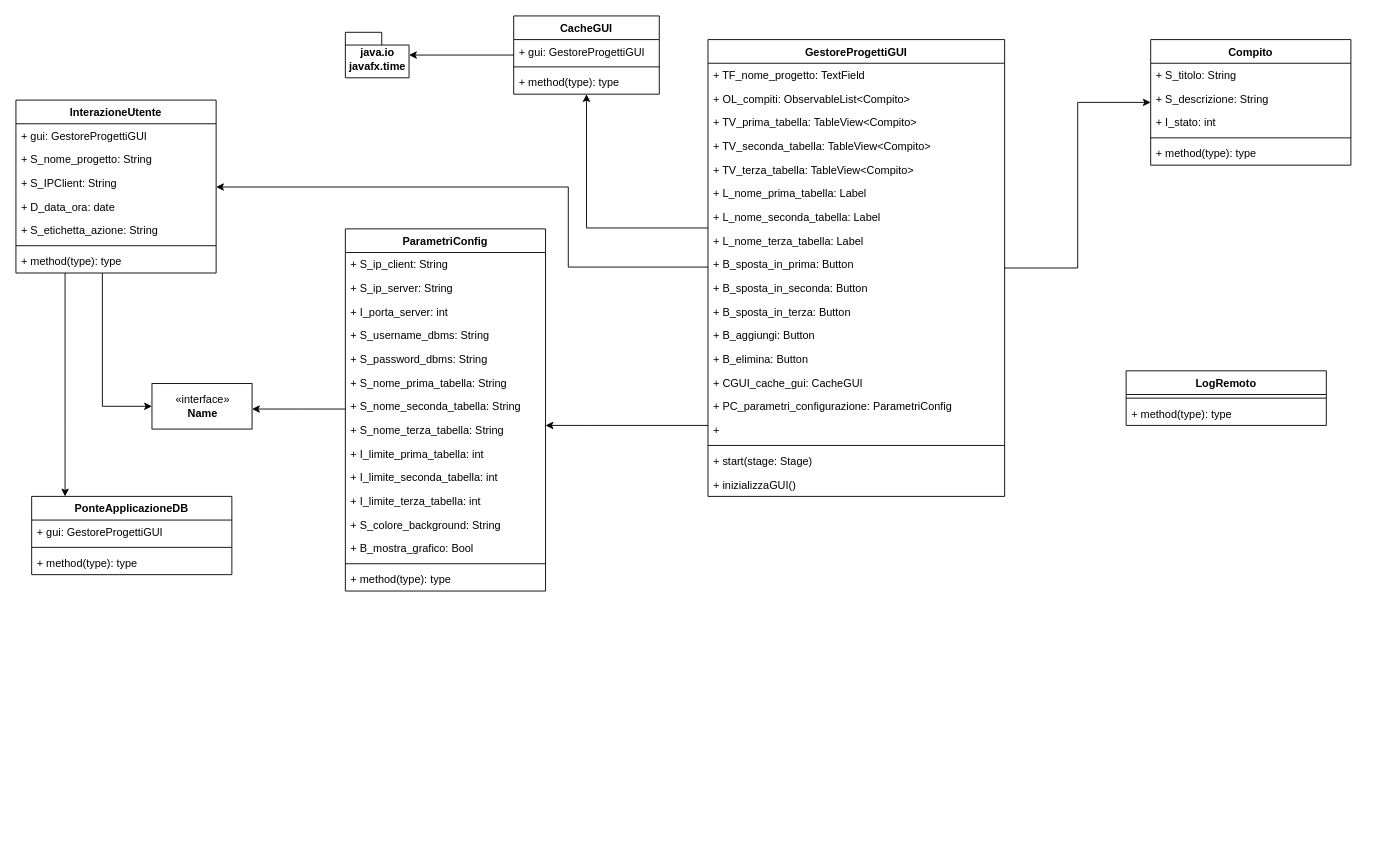
Earlier version of the draw.io diagram ClassUML.drawio (glmquint/KanbanApp). Source tidied: cells renumbered, new cells numbered last; positions are measured from the earlier drawing's top-left corner, leaving out a move shared by most shapes. Both pictures are drawn from the tidied source at 91%, with x=0, y=0 at pixel (15, 15).
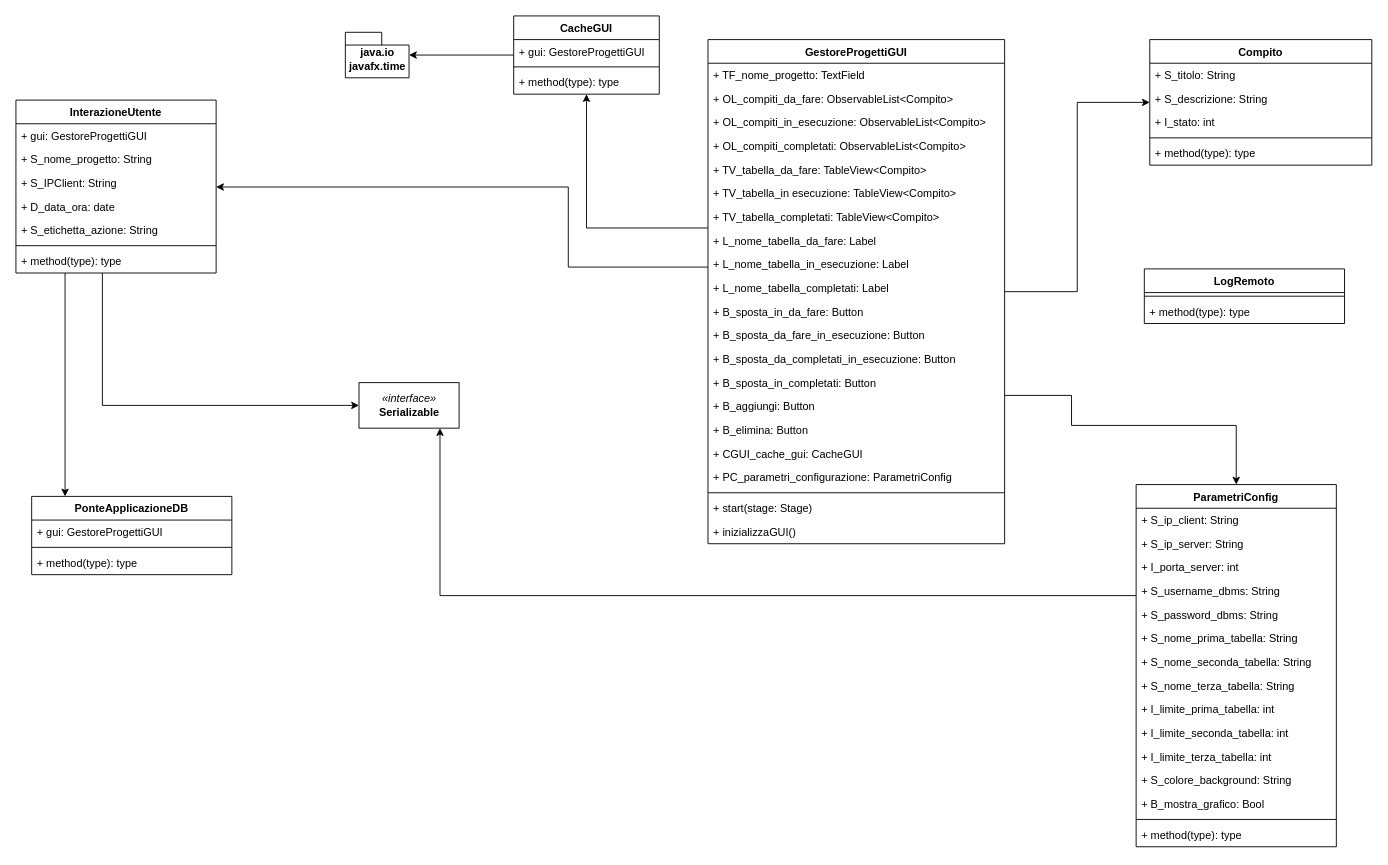
Above is the later version.

Commit message (it also covers changes not shown here):
orari checkup

Diff of the diagram source:
```diff
@@
     <mxCell id="2" style="edgeStyle=orthogonalEdgeStyle;rounded=0;jettySize=auto;html=1;" parent="1" edge="1" source="4" target="48">
       <mxGeometry relative="1" as="geometry">
         <Array as="points">
-          <mxPoint x="631" y="450" />
-          <mxPoint x="631" y="450" />
+          <mxPoint x="1160" y="417" />
+          <mxPoint x="1160" y="450" />
+          <mxPoint x="1341" y="450" />
         </Array>
       </mxGeometry>
     </mxCell>
@@
     <mxCell id="4" value="GestoreProgettiGUI" style="swimlane;fontStyle=1;align=center;verticalAlign=top;horizontal=1;startSize=26;perimeter=rectanglePerimeter;" parent="1" vertex="1">
-      <mxGeometry x="760.5" y="26" width="326" height="502" as="geometry" />
+      <mxGeometry x="760.5" y="26" width="326" height="554" as="geometry" />
     </mxCell>
@@
-    <mxCell id="6" value="+ OL_compiti: ObservableList&lt;Compito&gt;" style="text;strokeColor=none;fillColor=none;align=left;verticalAlign=top;spacingLeft=4;spacingRight=4;overflow=hidden;" parent="4" vertex="1">
+    <mxCell id="6" value="+ OL_compiti_da_fare: ObservableList&lt;Compito&gt;" style="text;strokeColor=none;fillColor=none;align=left;verticalAlign=top;spacingLeft=4;spacingRight=4;overflow=hidden;" parent="4" vertex="1">
       <mxGeometry y="52" width="326" height="26" as="geometry" />
     </mxCell>
+    <mxCell id="73" value="+ OL_compiti_in_esecuzione: ObservableList&lt;Compito&gt;" style="text;strokeColor=none;fillColor=none;align=left;verticalAlign=top;spacingLeft=4;spacingRight=4;overflow=hidden;" parent="4" vertex="1">
+      <mxGeometry y="78" width="326" height="26" as="geometry" />
+    </mxCell>
+    <mxCell id="74" value="+ OL_compiti_completati: ObservableList&lt;Compito&gt;" style="text;strokeColor=none;fillColor=none;align=left;verticalAlign=top;spacingLeft=4;spacingRight=4;overflow=hidden;" parent="4" vertex="1">
+      <mxGeometry y="104" width="326" height="26" as="geometry" />
+    </mxCell>
-    <mxCell id="7" value="+ TV_prima_tabella: TableView&lt;Compito&gt;" style="text;strokeColor=none;fillColor=none;align=left;verticalAlign=top;spacingLeft=4;spacingRight=4;overflow=hidden;" parent="4" vertex="1">
-      <mxGeometry y="78" width="326" height="26" as="geometry" />
+    <mxCell id="7" value="+ TV_tabella_da_fare: TableView&lt;Compito&gt;" style="text;strokeColor=none;fillColor=none;align=left;verticalAlign=top;spacingLeft=4;spacingRight=4;overflow=hidden;" parent="4" vertex="1">
+      <mxGeometry y="130" width="326" height="26" as="geometry" />
     </mxCell>
-    <mxCell id="8" value="+ TV_seconda_tabella: TableView&lt;Compito&gt;" style="text;strokeColor=none;fillColor=none;align=left;verticalAlign=top;spacingLeft=4;spacingRight=4;overflow=hidden;" parent="4" vertex="1">
-      <mxGeometry y="104" width="326" height="26" as="geometry" />
+    <mxCell id="8" value="+ TV_tabella_in esecuzione: TableView&lt;Compito&gt;" style="text;strokeColor=none;fillColor=none;align=left;verticalAlign=top;spacingLeft=4;spacingRight=4;overflow=hidden;" parent="4" vertex="1">
+      <mxGeometry y="156" width="326" height="26" as="geometry" />
     </mxCell>
-    <mxCell id="9" value="+ TV_terza_tabella: TableView&lt;Compito&gt;" style="text;strokeColor=none;fillColor=none;align=left;verticalAlign=top;spacingLeft=4;spacingRight=4;overflow=hidden;" parent="4" vertex="1">
-      <mxGeometry y="130" width="326" height="26" as="geometry" />
+    <mxCell id="9" value="+ TV_tabella_completati: TableView&lt;Compito&gt;" style="text;strokeColor=none;fillColor=none;align=left;verticalAlign=top;spacingLeft=4;spacingRight=4;overflow=hidden;" parent="4" vertex="1">
+      <mxGeometry y="182" width="326" height="26" as="geometry" />
     </mxCell>
-    <mxCell id="10" value="+ L_nome_prima_tabella: Label" style="text;strokeColor=none;fillColor=none;align=left;verticalAlign=top;spacingLeft=4;spacingRight=4;overflow=hidden;" parent="4" vertex="1">
-      <mxGeometry y="156" width="326" height="26" as="geometry" />
+    <mxCell id="10" value="+ L_nome_tabella_da_fare: Label" style="text;strokeColor=none;fillColor=none;align=left;verticalAlign=top;spacingLeft=4;spacingRight=4;overflow=hidden;" parent="4" vertex="1">
+      <mxGeometry y="208" width="326" height="26" as="geometry" />
     </mxCell>
-    <mxCell id="11" value="+ L_nome_seconda_tabella: Label" style="text;strokeColor=none;fillColor=none;align=left;verticalAlign=top;spacingLeft=4;spacingRight=4;overflow=hidden;" parent="4" vertex="1">
-      <mxGeometry y="182" width="326" height="26" as="geometry" />
+    <mxCell id="11" value="+ L_nome_tabella_in_esecuzione: Label" style="text;strokeColor=none;fillColor=none;align=left;verticalAlign=top;spacingLeft=4;spacingRight=4;overflow=hidden;" parent="4" vertex="1">
+      <mxGeometry y="234" width="326" height="26" as="geometry" />
     </mxCell>
-    <mxCell id="12" value="+ L_nome_terza_tabella: Label" style="text;strokeColor=none;fillColor=none;align=left;verticalAlign=top;spacingLeft=4;spacingRight=4;overflow=hidden;" parent="4" vertex="1">
-      <mxGeometry y="208" width="326" height="26" as="geometry" />
+    <mxCell id="12" value="+ L_nome_tabella_completati: Label" style="text;strokeColor=none;fillColor=none;align=left;verticalAlign=top;spacingLeft=4;spacingRight=4;overflow=hidden;" parent="4" vertex="1">
+      <mxGeometry y="260" width="326" height="26" as="geometry" />
     </mxCell>
-    <mxCell id="13" value="+ B_sposta_in_prima: Button" style="text;align=left;verticalAlign=top;spacingLeft=4;spacingRight=4;overflow=hidden;" parent="4" vertex="1">
-      <mxGeometry y="234" width="326" height="26" as="geometry" />
+    <mxCell id="13" value="+ B_sposta_in_da_fare: Button" style="text;align=left;verticalAlign=top;spacingLeft=4;spacingRight=4;overflow=hidden;" parent="4" vertex="1">
+      <mxGeometry y="286" width="326" height="26" as="geometry" />
     </mxCell>
-    <mxCell id="14" value="+ B_sposta_in_seconda: Button" style="text;strokeColor=none;fillColor=none;align=left;verticalAlign=top;spacingLeft=4;spacingRight=4;overflow=hidden;" parent="4" vertex="1">
-      <mxGeometry y="260" width="326" height="26" as="geometry" />
+    <mxCell id="14" value="+ B_sposta_da_fare_in_esecuzione: Button" style="text;strokeColor=none;fillColor=none;align=left;verticalAlign=top;spacingLeft=4;spacingRight=4;overflow=hidden;" parent="4" vertex="1">
+      <mxGeometry y="312" width="326" height="26" as="geometry" />
     </mxCell>
-    <mxCell id="15" value="+ B_sposta_in_terza: Button" style="text;strokeColor=none;fillColor=none;align=left;verticalAlign=top;spacingLeft=4;spacingRight=4;overflow=hidden;" parent="4" vertex="1">
-      <mxGeometry y="286" width="326" height="26" as="geometry" />
+    <mxCell id="15" value="+ B_sposta_da_completati_in_esecuzione: Button" style="text;strokeColor=none;fillColor=none;align=left;verticalAlign=top;spacingLeft=4;spacingRight=4;overflow=hidden;" parent="4" vertex="1">
+      <mxGeometry y="338" width="326" height="26" as="geometry" />
     </mxCell>
+    <mxCell id="75" value="+ B_sposta_in_completati: Button" style="text;strokeColor=none;fillColor=none;align=left;verticalAlign=top;spacingLeft=4;spacingRight=4;overflow=hidden;" parent="4" vertex="1">
+      <mxGeometry y="364" width="326" height="26" as="geometry" />
+    </mxCell>
     <mxCell id="16" value="+ B_aggiungi: Button" style="text;strokeColor=none;fillColor=none;align=left;verticalAlign=top;spacingLeft=4;spacingRight=4;overflow=hidden;" parent="4" vertex="1">
-      <mxGeometry y="312" width="326" height="26" as="geometry" />
+      <mxGeometry y="390" width="326" height="26" as="geometry" />
     </mxCell>
     <mxCell id="17" value="+ B_elimina: Button" style="text;strokeColor=none;fillColor=none;align=left;verticalAlign=top;spacingLeft=4;spacingRight=4;overflow=hidden;" parent="4" vertex="1">
-      <mxGeometry y="338" width="326" height="26" as="geometry" />
+      <mxGeometry y="416" width="326" height="26" as="geometry" />
     </mxCell>
     <mxCell id="18" value="+ CGUI_cache_gui: CacheGUI" style="text;strokeColor=none;fillColor=none;align=left;verticalAlign=top;spacingLeft=4;spacingRight=4;overflow=hidden;" parent="4" vertex="1">
-      <mxGeometry y="364" width="326" height="26" as="geometry" />
+      <mxGeometry y="442" width="326" height="26" as="geometry" />
     </mxCell>
     <mxCell id="19" value="+ PC_parametri_configurazione: ParametriConfig" style="text;strokeColor=none;fillColor=none;align=left;verticalAlign=top;spacingLeft=4;spacingRight=4;overflow=hidden;" parent="4" vertex="1">
-      <mxGeometry y="390" width="326" height="26" as="geometry" />
+      <mxGeometry y="468" width="326" height="26" as="geometry" />
     </mxCell>
-    <mxCell id="20" value="+ " style="text;strokeColor=none;fillColor=none;align=left;verticalAlign=top;spacingLeft=4;spacingRight=4;overflow=hidden;" parent="4" vertex="1">
-      <mxGeometry y="416" width="326" height="26" as="geometry" />
-    </mxCell>
     <mxCell id="21" style="line;strokeWidth=1;fillColor=none;align=left;verticalAlign=middle;spacingTop=-1;spacingLeft=3;spacingRight=3;labelPosition=right;" parent="4" vertex="1">
-      <mxGeometry y="442" width="326" height="8" as="geometry" />
+      <mxGeometry y="494" width="326" height="8" as="geometry" />
     </mxCell>
     <mxCell id="22" value="+ start(stage: Stage)" style="text;strokeColor=none;fillColor=none;align=left;verticalAlign=top;spacingLeft=4;spacingRight=4;overflow=hidden;" parent="4" vertex="1">
-      <mxGeometry y="450" width="326" height="26" as="geometry" />
+      <mxGeometry y="502" width="326" height="26" as="geometry" />
     </mxCell>
     <mxCell id="23" value="+ inizializzaGUI()" style="text;strokeColor=none;fillColor=none;align=left;verticalAlign=top;spacingLeft=4;spacingRight=4;overflow=hidden;" parent="4" vertex="1">
-      <mxGeometry y="476" width="326" height="26" as="geometry" />
+      <mxGeometry y="528" width="326" height="26" as="geometry" />
     </mxCell>
@@
     <mxCell id="31" value="Compito" style="swimlane;fontStyle=1;align=center;verticalAlign=top;horizontal=1;startSize=26;" parent="1" vertex="1">
-      <mxGeometry x="1247" y="26" width="220" height="138" as="geometry" />
+      <mxGeometry x="1246" y="26" width="244" height="138" as="geometry" />
     </mxCell>
     <mxCell id="32" value="+ S_titolo: String" style="text;strokeColor=none;fillColor=none;align=left;verticalAlign=top;spacingLeft=4;spacingRight=4;overflow=hidden;" parent="31" vertex="1">
-      <mxGeometry y="26" width="220" height="26" as="geometry" />
+      <mxGeometry y="26" width="244" height="26" as="geometry" />
     </mxCell>
     <mxCell id="33" value="+ S_descrizione: String" style="text;strokeColor=none;fillColor=none;align=left;verticalAlign=top;spacingLeft=4;spacingRight=4;overflow=hidden;" parent="31" vertex="1">
-      <mxGeometry y="52" width="220" height="26" as="geometry" />
+      <mxGeometry y="52" width="244" height="26" as="geometry" />
     </mxCell>
     <mxCell id="34" value="+ I_stato: int" style="text;strokeColor=none;fillColor=none;align=left;verticalAlign=top;spacingLeft=4;spacingRight=4;overflow=hidden;" parent="31" vertex="1">
-      <mxGeometry y="78" width="220" height="26" as="geometry" />
+      <mxGeometry y="78" width="244" height="26" as="geometry" />
     </mxCell>
     <mxCell id="35" style="line;strokeWidth=1;fillColor=none;align=left;verticalAlign=middle;spacingTop=-1;spacingLeft=3;spacingRight=3;labelPosition=right;" parent="31" vertex="1">
-      <mxGeometry y="104" width="220" height="8" as="geometry" />
+      <mxGeometry y="104" width="244" height="8" as="geometry" />
     </mxCell>
     <mxCell id="36" value="+ method(type): type" style="text;strokeColor=none;fillColor=none;align=left;verticalAlign=top;spacingLeft=4;spacingRight=4;overflow=hidden;" parent="31" vertex="1">
-      <mxGeometry y="112" width="220" height="26" as="geometry" />
+      <mxGeometry y="112" width="244" height="26" as="geometry" />
     </mxCell>
@@
     <mxCell id="47" style="edgeStyle=orthogonalEdgeStyle;rounded=0;jettySize=auto;html=1;" parent="1" edge="1" source="48" target="65">
       <mxGeometry relative="1" as="geometry">
         <Array as="points">
-          <mxPoint x="312" y="432" />
-          <mxPoint x="312" y="432" />
+          <mxPoint x="466" y="637" />
         </Array>
       </mxGeometry>
     </mxCell>
     <mxCell id="48" value="ParametriConfig" style="swimlane;fontStyle=1;align=center;verticalAlign=top;horizontal=1;startSize=26;" parent="1" vertex="1">
-      <mxGeometry x="362" y="234" width="220" height="398" as="geometry" />
+      <mxGeometry x="1231" y="515" width="220" height="398" as="geometry" />
     </mxCell>
@@
-    <mxCell id="65" value="&amp;laquo;interface&amp;raquo;&lt;br&gt;&lt;b&gt;Name&lt;/b&gt;" style="html=1;" parent="1" vertex="1">
-      <mxGeometry x="149.5" y="404" width="110" height="50" as="geometry" />
+    <mxCell id="65" value="&lt;i&gt;«interface»&lt;br&gt;&lt;/i&gt;&lt;b&gt;Serializable&lt;/b&gt;" style="html=1;" parent="1" vertex="1">
+      <mxGeometry x="377" y="403" width="110" height="50" as="geometry" />
     </mxCell>
@@
     <mxCell id="70" value="LogRemoto" style="swimlane;fontStyle=1;align=center;verticalAlign=top;horizontal=1;startSize=26;" parent="1" vertex="1">
-      <mxGeometry x="1220" y="390" width="220" height="60" as="geometry" />
+      <mxGeometry x="1240" y="278" width="220" height="60" as="geometry" />
     </mxCell>
```
